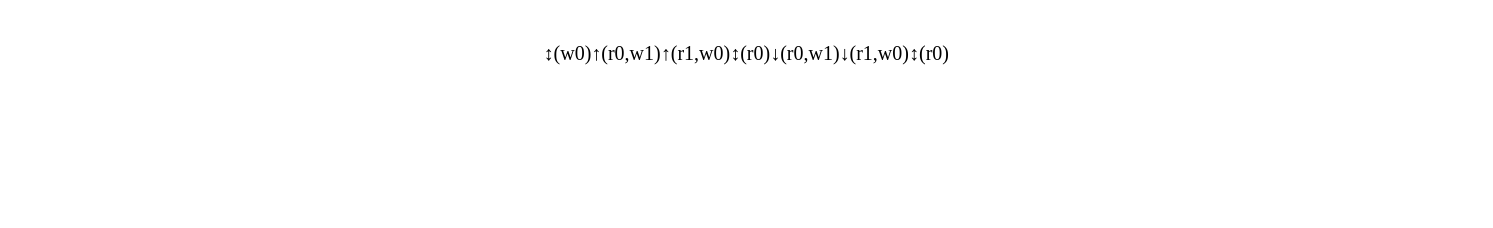
shanshan-lu/homwork keeps this draw.io diagram as doc/March C.drawio. Above is the earlier version. Source tidied: cells renumbered, new cells numbered last; positions are measured from the earlier drawing's top-left corner, leaving out a move shared by most shapes. Both pictures are drawn from the tidied source at 125%, with x=0, y=0 at pixel (484, 40).
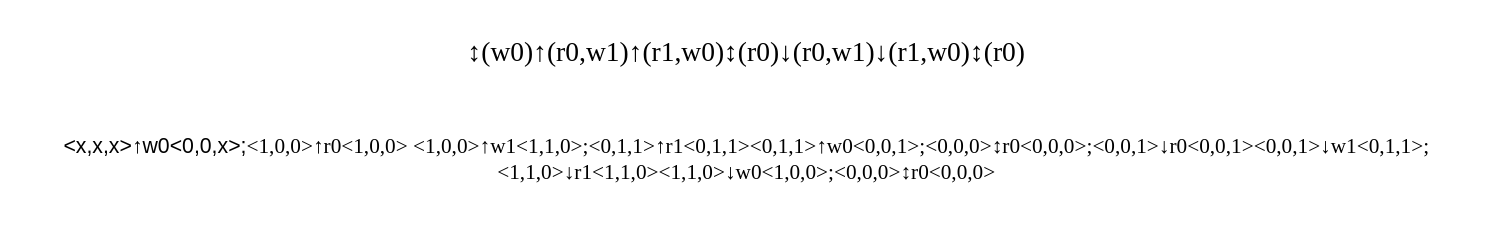
After the change.

Change to the diagram source:
```diff
@@
 <mxGraphModel>
   <root>
     <mxCell id="0" />
     <mxCell id="1" parent="0" />
-    <mxCell id="2" value="&lt;p class=&quot;MsoNormal&quot;&gt;&lt;span style=&quot;font-family: &amp;quot;Times New Roman&amp;quot;; font-size: 12pt;&quot;&gt;↕(w0)↑(r0,w1)↑(r1,w0)↕(r0)↓(r0,w1)↓(r1,w0)↕(r0)&lt;/span&gt;&lt;/p&gt;" style="text;html=1;strokeColor=none;fillColor=none;align=center;verticalAlign=middle;whiteSpace=wrap;rounded=0;" parent="1" vertex="1">
+    <mxCell id="2" value="&lt;p class=&quot;MsoNormal&quot;&gt;&lt;span style=&quot;font-family: &amp;quot;Times New Roman&amp;quot;;&quot;&gt;&lt;font style=&quot;font-size: 22px;&quot;&gt;↕(w0)↑(r0,w1)↑(r1,w0)↕(r0)↓(r0,w1)↓(r1,w0)↕(r0)&lt;/font&gt;&lt;/span&gt;&lt;/p&gt;" style="text;html=1;strokeColor=none;fillColor=none;align=center;verticalAlign=middle;whiteSpace=wrap;rounded=0;" parent="1" vertex="1">
       <mxGeometry width="420" height="20" as="geometry" />
     </mxCell>
+    <mxCell id="3" value="&lt;p style=&quot;font-size: 17px;&quot; class=&quot;MsoNormal&quot;&gt;&lt;span&gt;&amp;lt;x,x,x&amp;gt;↑w0&amp;lt;0,0,x&amp;gt;;&lt;/span&gt;&lt;span style=&quot;font-family: &amp;quot;Times New Roman&amp;quot;; background-color: initial;&quot;&gt;&amp;lt;1,0,0&amp;gt;↑r0&amp;lt;1,0,0&amp;gt; &amp;lt;1,0,0&amp;gt;↑w1&amp;lt;1,1,0&amp;gt;;&lt;/span&gt;&lt;span style=&quot;font-family: &amp;quot;Times New Roman&amp;quot;; background-color: initial;&quot;&gt;&amp;lt;0,1,1&amp;gt;↑r1&amp;lt;0,1,1&amp;gt;&amp;lt;0,1,1&amp;gt;↑w0&amp;lt;0,0,1&amp;gt;;&lt;/span&gt;&lt;span style=&quot;font-family: &amp;quot;Times New Roman&amp;quot;; background-color: initial;&quot;&gt;&amp;lt;0,0,0&amp;gt;↕r0&amp;lt;0,0,0&amp;gt;;&lt;/span&gt;&lt;span style=&quot;font-family: &amp;quot;Times New Roman&amp;quot;; background-color: initial;&quot;&gt;&amp;lt;0,0,1&amp;gt;↓r0&amp;lt;0,0,1&amp;gt;&amp;lt;0,0,1&amp;gt;↓w1&amp;lt;0,1,1&amp;gt;;&lt;/span&gt;&lt;span style=&quot;font-family: &amp;quot;Times New Roman&amp;quot;; background-color: initial;&quot;&gt;&amp;lt;1,1,0&amp;gt;↓r1&amp;lt;1,1,0&amp;gt;&amp;lt;1,1,0&amp;gt;↓w0&amp;lt;1,0,0&amp;gt;;&lt;/span&gt;&lt;span style=&quot;font-family: &amp;quot;Times New Roman&amp;quot;; background-color: initial;&quot;&gt;&amp;lt;0,0,0&amp;gt;↕r0&amp;lt;0,0,0&amp;gt;&lt;/span&gt;&lt;/p&gt;" style="text;html=1;strokeColor=none;fillColor=none;align=center;verticalAlign=middle;whiteSpace=wrap;rounded=0;" parent="1" vertex="1">
+      <mxGeometry x="-370" y="70" width="1160" height="50" as="geometry" />
+    </mxCell>
   </root>
 </mxGraphModel>
```
